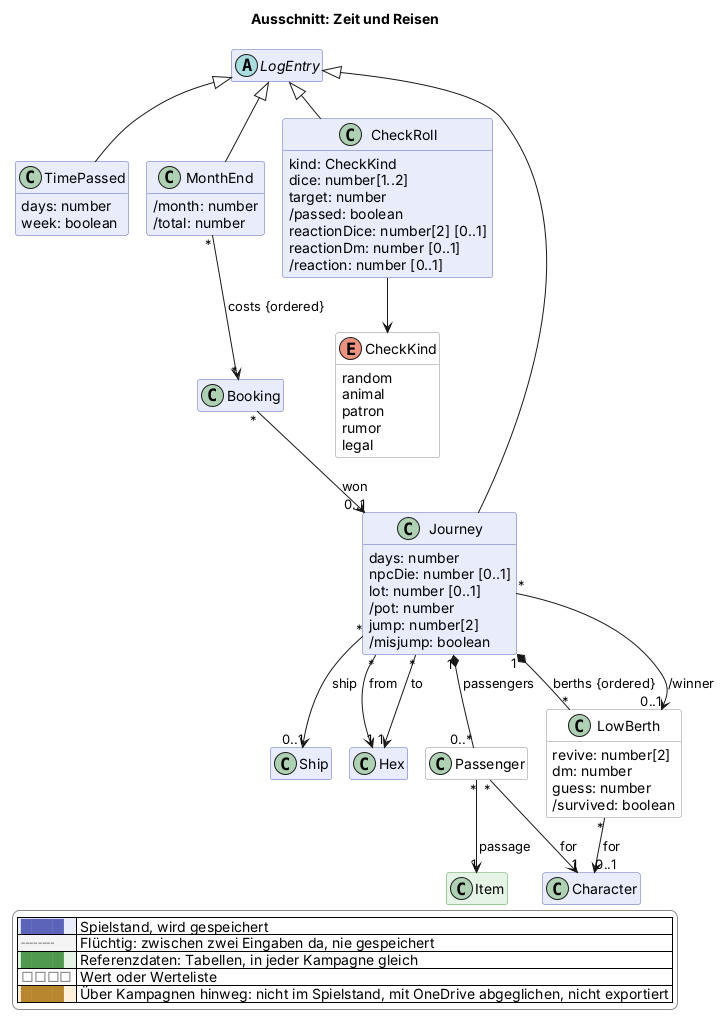
Earlier version of the PlantUML export docs/views/reise.png (scuzzar/SRE).
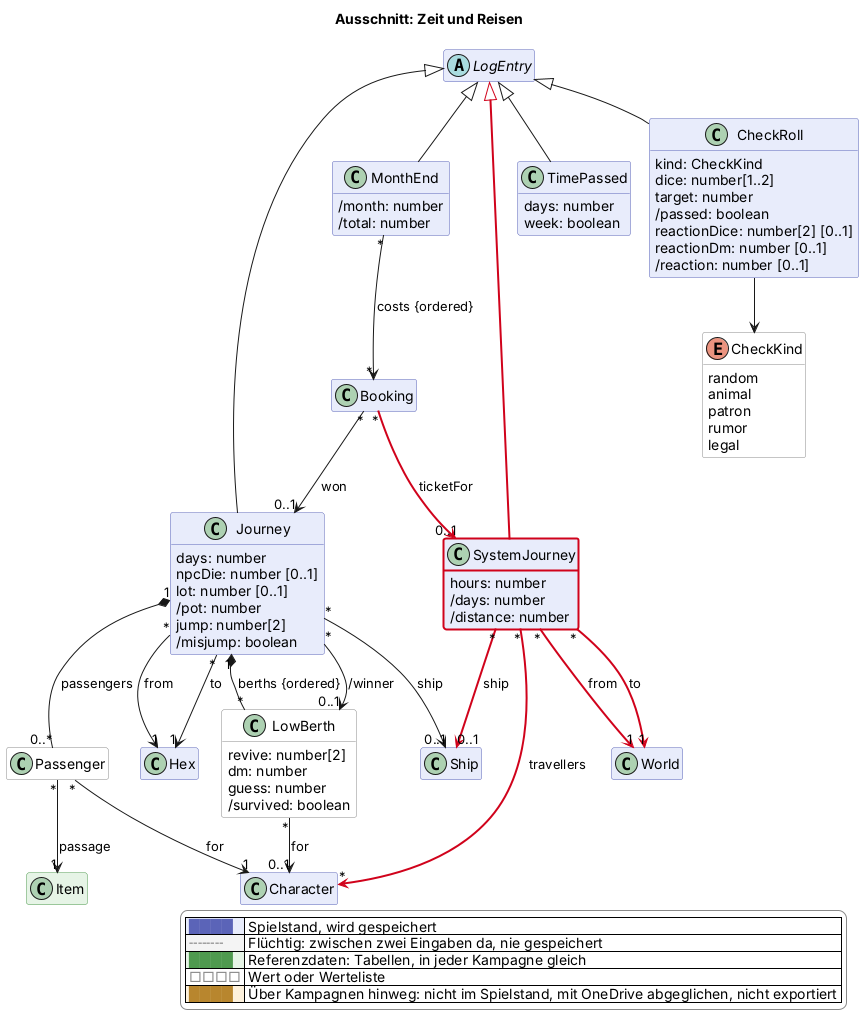
After the commit.

Diff of the diagram source:
```diff
@@ -77,6 +77,7 @@
 
 
   class Hex $sektor
+  class World $sektor
 
 
   abstract class LogEntry $probe
@@ -115,6 +116,11 @@
   }
   class Passenger <<value>> $reise {
   }
+  class SystemJourney $reise $newClass("2026-11-20d") {
+    hours: number
+    /days: number
+    /distance: number
+  }
   class LowBerth <<value>> $reise {
     revive: number[2]
     dm: number
@@ -144,6 +150,12 @@
 LogEntry <|-- MonthEnd
 MonthEnd "*" --> "*" Booking : costs {ordered}
 Booking "*" --> "0..1" Journey : won
+LogEntry <|-$newArrow("2026-11-20d")- SystemJourney
+SystemJourney "*" -$newArrow("2026-11-20d")-> "1" World : from
+SystemJourney "*" -$newArrow("2026-11-20d")-> "1" World : to
+SystemJourney "*" -$newArrow("2026-11-20d")-> "*" Character : travellers
+SystemJourney "*" -$newArrow("2026-11-20d")-> "0..1" Ship : ship
+Booking "*" -$newArrow("2026-11-20d")-> "0..1" SystemJourney : ticketFor
 
 
 
```
